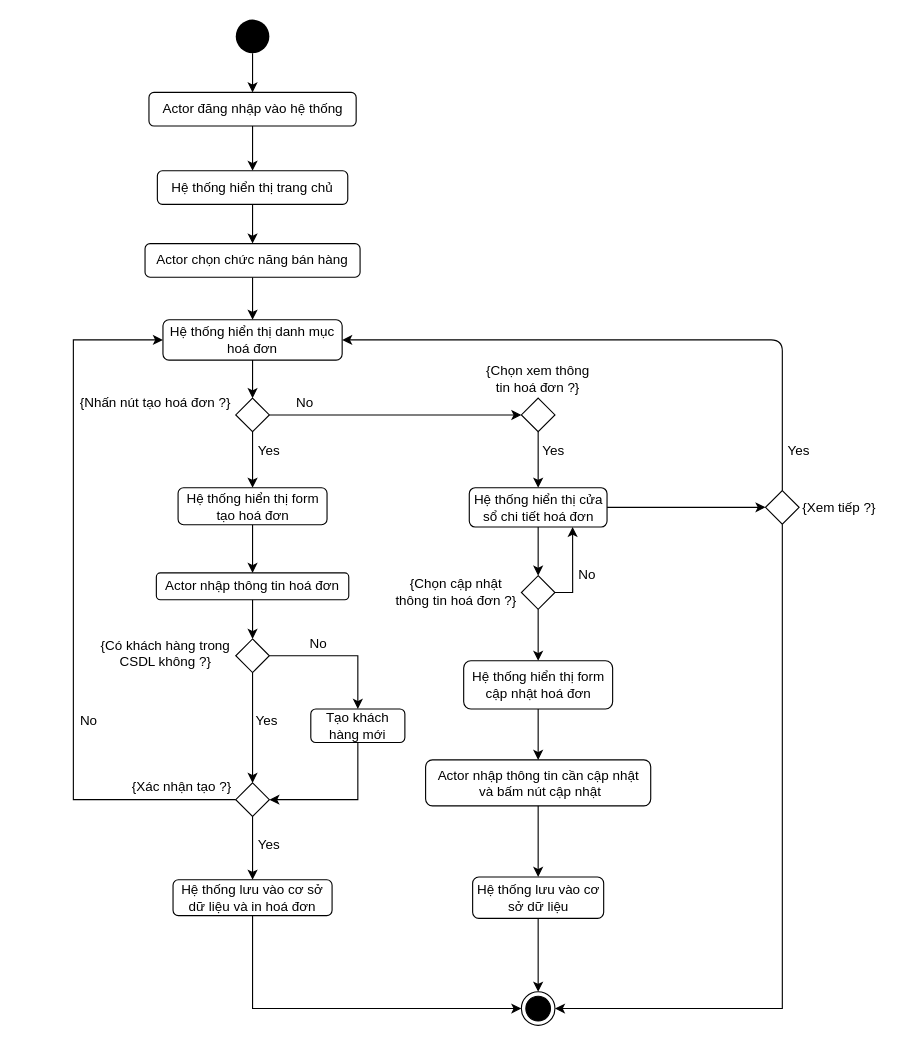
Above: Thiết kế/Activity/Quản lí hoá đơn.drawio in CNPM-Team-1/CNPM (draw.io), before the change. Source tidied: cells renumbered, new cells numbered last; positions are measured from the earlier drawing's top-left corner, leaving out a move shared by most shapes. Both pictures are drawn from the tidied source at 112%, with x=0, y=0 at pixel (72, 19).
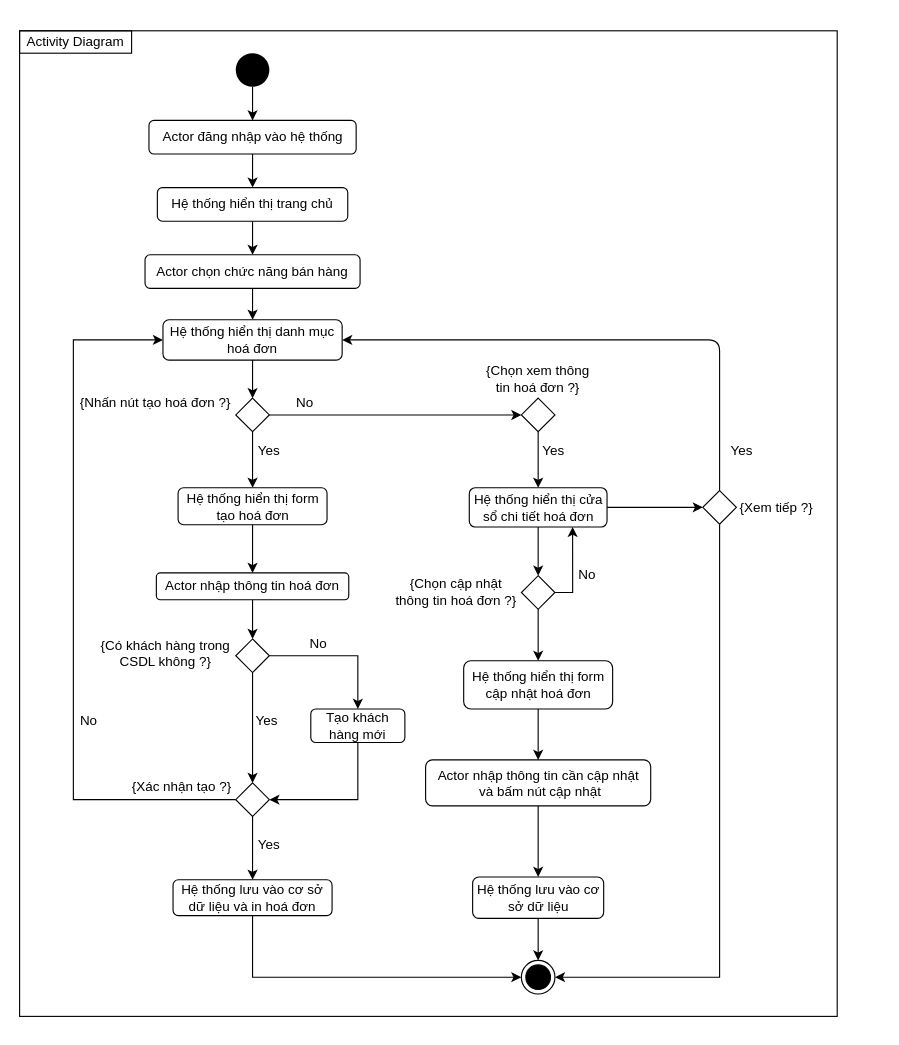
The same page after the edit.

The change refers to these unchanged cells:
```xml
<mxCell id="11" value="Hệ thống hiển thị danh mục hoá đơn" style="rounded=1;whiteSpace=wrap;html=1;" parent="1" vertex="1">
  <mxGeometry x="81" y="268" width="160" height="36" as="geometry" />
</mxCell>
<mxCell id="22" value="Hệ thống lưu vào cơ sở dữ liệu và in hoá đơn" style="rounded=1;whiteSpace=wrap;html=1;" parent="1" vertex="1">
  <mxGeometry x="90" y="768" width="142" height="32" as="geometry" />
</mxCell>
```

Change to the diagram source:
```diff
@@
     <mxCell id="3" style="ellipse;fillColor=#000000;strokeColor=none;" parent="1" vertex="1">
-      <mxGeometry x="146" width="30" height="30" as="geometry" />
+      <mxGeometry x="146" y="30" width="30" height="30" as="geometry" />
     </mxCell>
@@
     <mxCell id="5" value="Actor đăng nhập vào hệ thống" style="rounded=1;whiteSpace=wrap;html=1;fillColor=#FFFFFF;" parent="1" vertex="1">
-      <mxGeometry x="68.5" y="65" width="185" height="30" as="geometry" />
+      <mxGeometry x="68.5" y="90" width="185" height="30" as="geometry" />
     </mxCell>
@@
     <mxCell id="7" value="Hệ thống hiển thị trang chủ" style="rounded=1;whiteSpace=wrap;html=1;fillColor=#FFFFFF;" parent="1" vertex="1">
-      <mxGeometry x="76" y="135" width="170" height="30" as="geometry" />
+      <mxGeometry x="76" y="150" width="170" height="30" as="geometry" />
     </mxCell>
@@
     <mxCell id="9" value="Actor chọn chức năng bán hàng" style="rounded=1;whiteSpace=wrap;html=1;fillColor=#FFFFFF;" parent="1" vertex="1">
-      <mxGeometry x="65" y="200" width="192" height="30" as="geometry" />
+      <mxGeometry x="65" y="210" width="192" height="30" as="geometry" />
     </mxCell>
@@
     <mxCell id="21" style="edgeStyle=orthogonalEdgeStyle;rounded=0;jettySize=auto;html=1;entryX=0;entryY=0.5;entryDx=0;entryDy=0;" parent="1" edge="1" source="22" target="61">
       <mxGeometry relative="1" as="geometry">
         <Array as="points">
-          <mxPoint x="161" y="883" />
+          <mxPoint x="161" y="855" />
         </Array>
       </mxGeometry>
     </mxCell>
@@
     <mxCell id="31" style="edgeStyle=orthogonalEdgeStyle;rounded=0;jettySize=auto;html=1;entryX=1;entryY=0.5;entryDx=0;entryDy=0;" parent="1" edge="1" source="32" target="61">
       <mxGeometry relative="1" as="geometry">
         <Array as="points">
-          <mxPoint x="634" y="883" />
+          <mxPoint x="578" y="855" />
         </Array>
       </mxGeometry>
     </mxCell>
     <mxCell id="32" style="rhombus;" parent="1" vertex="1">
-      <mxGeometry x="619" y="420.5" width="30" height="30" as="geometry" />
+      <mxGeometry x="563" y="420.5" width="30" height="30" as="geometry" />
     </mxCell>
     <mxCell id="33" value="{Xem tiếp ?}" style="text;html=1;strokeColor=none;fillColor=none;align=center;verticalAlign=middle;whiteSpace=wrap;rounded=0;" parent="1" vertex="1">
-      <mxGeometry x="649" y="425" width="72" height="21" as="geometry" />
+      <mxGeometry x="593" y="425" width="72" height="21" as="geometry" />
     </mxCell>
     <mxCell id="34" style="edgeStyle=elbowEdgeStyle;elbow=horizontal;endArrow=classic;html=1;exitX=0.5;exitY=0;exitDx=0;exitDy=0;entryX=1;entryY=0.5;entryDx=0;entryDy=0;" parent="1" edge="1" source="32" target="11">
       <mxGeometry relative="1" as="geometry">
         <Array as="points">
-          <mxPoint x="634" y="286" />
+          <mxPoint x="578" y="360" />
         </Array>
       </mxGeometry>
     </mxCell>
     <mxCell id="35" value="&lt;div&gt;Yes&lt;/div&gt;" style="text;html=1;strokeColor=none;fillColor=none;align=center;verticalAlign=middle;whiteSpace=wrap;rounded=0;" parent="1" vertex="1">
-      <mxGeometry x="634" y="375" width="30" height="20" as="geometry" />
+      <mxGeometry x="583" y="375" width="30" height="20" as="geometry" />
     </mxCell>
@@
     <mxCell id="61" style="ellipse;html=1;shape=endState;fillColor=#000000;strokeColor=#000000;" parent="1" vertex="1">
-      <mxGeometry x="401" y="868" width="30" height="30" as="geometry" />
+      <mxGeometry x="401" y="840" width="30" height="30" as="geometry" />
     </mxCell>
+    <mxCell id="62" style="rounded=0;whiteSpace=wrap;html=1;fillColor=none;" parent="1" vertex="1">
+      <mxGeometry x="-47" y="10" width="730" height="880" as="geometry" />
+    </mxCell>
+    <mxCell id="63" value="Activity Diagram" style="rounded=0;whiteSpace=wrap;html=1;fillColor=none;" parent="1" vertex="1">
+      <mxGeometry x="-47" y="10" width="100" height="20" as="geometry" />
+    </mxCell>
```
